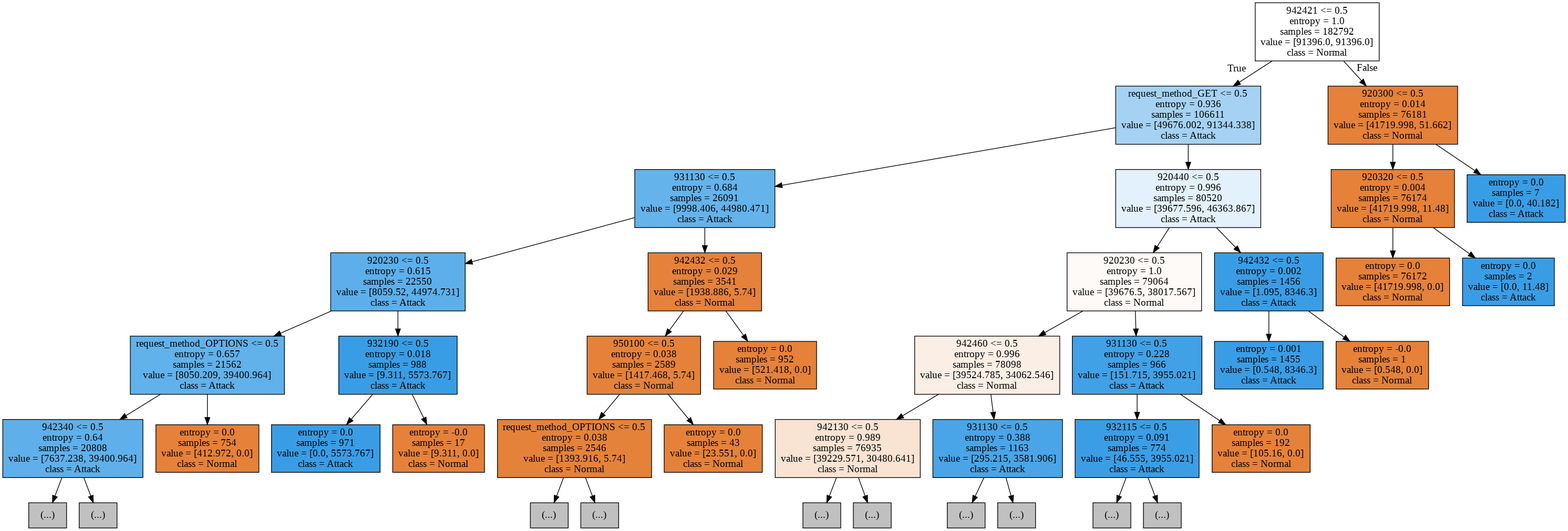
Above: ml-model/images/decision_tree.png in ngoctint1lvc/waf (Graphviz), before the change. Its source is kept beside it as ml-model/images/decision_tree.dot.
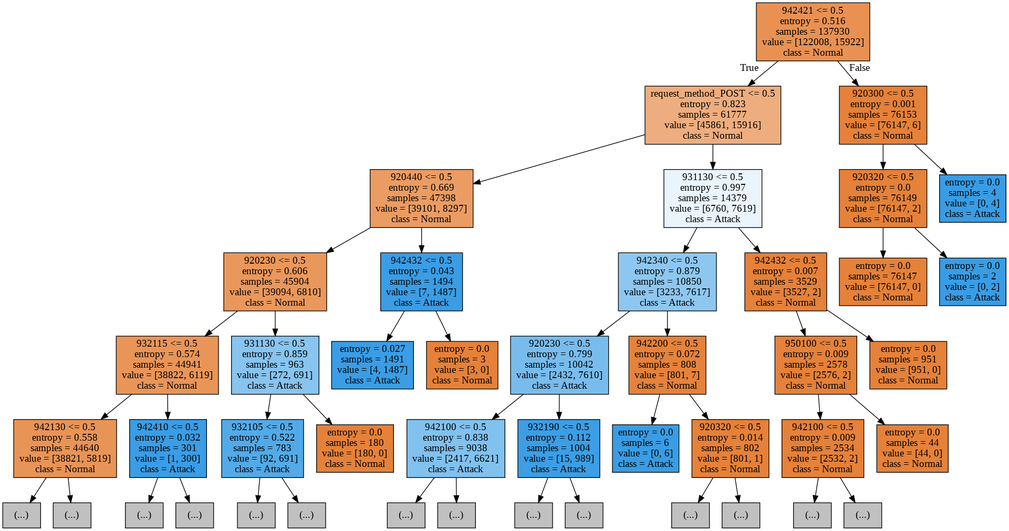
Above is the later version.

The edit, as a diff of the source:
```diff
@@ -1,84 +1,92 @@
 digraph Tree {
 node [shape=box, style="filled", color="black"] ;
-0 [label="942421 <= 0.5\nentropy = 1.0\nsamples = 182792\nvalue = [91396.0, 91396.0]\nclass = Normal", fillcolor="#ffffff"] ;
-1 [label="request_method_GET <= 0.5\nentropy = 0.936\nsamples = 106611\nvalue = [49676.002, 91344.338]\nclass = Attack", fillcolor="#a5d2f3"] ;
+0 [label="942421 <= 0.5\nentropy = 0.516\nsamples = 137930\nvalue = [122008, 15922]\nclass = Normal", fillcolor="#e89153"] ;
+1 [label="request_method_POST <= 0.5\nentropy = 0.823\nsamples = 61777\nvalue = [45861, 15916]\nclass = Normal", fillcolor="#eead7e"] ;
 0 -> 1 [labeldistance=2.5, labelangle=45, headlabel="True"] ;
-2 [label="931130 <= 0.5\nentropy = 0.684\nsamples = 26091\nvalue = [9998.406, 44980.471]\nclass = Attack", fillcolor="#65b3eb"] ;
+2 [label="920440 <= 0.5\nentropy = 0.669\nsamples = 47398\nvalue = [39101, 8297]\nclass = Normal", fillcolor="#eb9c63"] ;
 1 -> 2 ;
-3 [label="920230 <= 0.5\nentropy = 0.615\nsamples = 22550\nvalue = [8059.52, 44974.731]\nclass = Attack", fillcolor="#5cafea"] ;
+3 [label="920230 <= 0.5\nentropy = 0.606\nsamples = 45904\nvalue = [39094, 6810]\nclass = Normal", fillcolor="#ea975b"] ;
 2 -> 3 ;
-4 [label="request_method_OPTIONS <= 0.5\nentropy = 0.657\nsamples = 21562\nvalue = [8050.209, 39400.964]\nclass = Attack", fillcolor="#61b1ea"] ;
+4 [label="932115 <= 0.5\nentropy = 0.574\nsamples = 44941\nvalue = [38822, 6119]\nclass = Normal", fillcolor="#e99558"] ;
 3 -> 4 ;
-5 [label="942340 <= 0.5\nentropy = 0.64\nsamples = 20808\nvalue = [7637.238, 39400.964]\nclass = Attack", fillcolor="#5fb0ea"] ;
+5 [label="942130 <= 0.5\nentropy = 0.558\nsamples = 44640\nvalue = [38821, 5819]\nclass = Normal", fillcolor="#e99457"] ;
 4 -> 5 ;
 6 [label="(...)", fillcolor="#C0C0C0"] ;
 5 -> 6 ;
-97 [label="(...)", fillcolor="#C0C0C0"] ;
-5 -> 97 ;
-102 [label="entropy = 0.0\nsamples = 754\nvalue = [412.972, 0.0]\nclass = Normal", fillcolor="#e58139"] ;
-4 -> 102 ;
-103 [label="932190 <= 0.5\nentropy = 0.018\nsamples = 988\nvalue = [9.311, 5573.767]\nclass = Attack", fillcolor="#399de5"] ;
-3 -> 103 ;
-104 [label="entropy = 0.0\nsamples = 971\nvalue = [0.0, 5573.767]\nclass = Attack", fillcolor="#399de5"] ;
-103 -> 104 ;
-105 [label="entropy = -0.0\nsamples = 17\nvalue = [9.311, 0.0]\nclass = Normal", fillcolor="#e58139"] ;
-103 -> 105 ;
-106 [label="942432 <= 0.5\nentropy = 0.029\nsamples = 3541\nvalue = [1938.886, 5.74]\nclass = Normal", fillcolor="#e5813a"] ;
-2 -> 106 ;
-107 [label="950100 <= 0.5\nentropy = 0.038\nsamples = 2589\nvalue = [1417.468, 5.74]\nclass = Normal", fillcolor="#e5823a"] ;
-106 -> 107 ;
-108 [label="request_method_OPTIONS <= 0.5\nentropy = 0.038\nsamples = 2546\nvalue = [1393.916, 5.74]\nclass = Normal", fillcolor="#e5823a"] ;
-107 -> 108 ;
-109 [label="(...)", fillcolor="#C0C0C0"] ;
-108 -> 109 ;
-112 [label="(...)", fillcolor="#C0C0C0"] ;
-108 -> 112 ;
-113 [label="entropy = 0.0\nsamples = 43\nvalue = [23.551, 0.0]\nclass = Normal", fillcolor="#e58139"] ;
-107 -> 113 ;
-114 [label="entropy = 0.0\nsamples = 952\nvalue = [521.418, 0.0]\nclass = Normal", fillcolor="#e58139"] ;
-106 -> 114 ;
-115 [label="920440 <= 0.5\nentropy = 0.996\nsamples = 80520\nvalue = [39677.596, 46363.867]\nclass = Attack", fillcolor="#e2f1fb"] ;
-1 -> 115 ;
-116 [label="920230 <= 0.5\nentropy = 1.0\nsamples = 79064\nvalue = [39676.5, 38017.567]\nclass = Normal", fillcolor="#fefaf7"] ;
+89 [label="(...)", fillcolor="#C0C0C0"] ;
+5 -> 89 ;
+112 [label="942410 <= 0.5\nentropy = 0.032\nsamples = 301\nvalue = [1, 300]\nclass = Attack", fillcolor="#3a9de5"] ;
+4 -> 112 ;
+113 [label="(...)", fillcolor="#C0C0C0"] ;
+112 -> 113 ;
+114 [label="(...)", fillcolor="#C0C0C0"] ;
+112 -> 114 ;
+115 [label="931130 <= 0.5\nentropy = 0.859\nsamples = 963\nvalue = [272, 691]\nclass = Attack", fillcolor="#87c4ef"] ;
+3 -> 115 ;
+116 [label="932105 <= 0.5\nentropy = 0.522\nsamples = 783\nvalue = [92, 691]\nclass = Attack", fillcolor="#53aae8"] ;
 115 -> 116 ;
-117 [label="942460 <= 0.5\nentropy = 0.996\nsamples = 78098\nvalue = [39524.785, 34062.546]\nclass = Normal", fillcolor="#fbeee4"] ;
+117 [label="(...)", fillcolor="#C0C0C0"] ;
 116 -> 117 ;
-118 [label="942130 <= 0.5\nentropy = 0.989\nsamples = 76935\nvalue = [39229.571, 30480.641]\nclass = Normal", fillcolor="#f9e3d3"] ;
-117 -> 118 ;
-119 [label="(...)", fillcolor="#C0C0C0"] ;
-118 -> 119 ;
-264 [label="(...)", fillcolor="#C0C0C0"] ;
-118 -> 264 ;
-287 [label="931130 <= 0.5\nentropy = 0.388\nsamples = 1163\nvalue = [295.215, 3581.906]\nclass = Attack", fillcolor="#49a5e7"] ;
-117 -> 287 ;
-288 [label="(...)", fillcolor="#C0C0C0"] ;
-287 -> 288 ;
-319 [label="(...)", fillcolor="#C0C0C0"] ;
-287 -> 319 ;
-320 [label="931130 <= 0.5\nentropy = 0.228\nsamples = 966\nvalue = [151.715, 3955.021]\nclass = Attack", fillcolor="#41a1e6"] ;
-116 -> 320 ;
-321 [label="932115 <= 0.5\nentropy = 0.091\nsamples = 774\nvalue = [46.555, 3955.021]\nclass = Attack", fillcolor="#3b9ee5"] ;
-320 -> 321 ;
-322 [label="(...)", fillcolor="#C0C0C0"] ;
-321 -> 322 ;
-329 [label="(...)", fillcolor="#C0C0C0"] ;
-321 -> 329 ;
-330 [label="entropy = 0.0\nsamples = 192\nvalue = [105.16, 0.0]\nclass = Normal", fillcolor="#e58139"] ;
-320 -> 330 ;
-331 [label="942432 <= 0.5\nentropy = 0.002\nsamples = 1456\nvalue = [1.095, 8346.3]\nclass = Attack", fillcolor="#399de5"] ;
-115 -> 331 ;
-332 [label="entropy = 0.001\nsamples = 1455\nvalue = [0.548, 8346.3]\nclass = Attack", fillcolor="#399de5"] ;
-331 -> 332 ;
-333 [label="entropy = -0.0\nsamples = 1\nvalue = [0.548, 0.0]\nclass = Normal", fillcolor="#e58139"] ;
-331 -> 333 ;
-334 [label="920300 <= 0.5\nentropy = 0.014\nsamples = 76181\nvalue = [41719.998, 51.662]\nclass = Normal", fillcolor="#e58139"] ;
-0 -> 334 [labeldistance=2.5, labelangle=-45, headlabel="False"] ;
-335 [label="920320 <= 0.5\nentropy = 0.004\nsamples = 76174\nvalue = [41719.998, 11.48]\nclass = Normal", fillcolor="#e58139"] ;
-334 -> 335 ;
-336 [label="entropy = 0.0\nsamples = 76172\nvalue = [41719.998, 0.0]\nclass = Normal", fillcolor="#e58139"] ;
-335 -> 336 ;
-337 [label="entropy = 0.0\nsamples = 2\nvalue = [0.0, 11.48]\nclass = Attack", fillcolor="#399de5"] ;
-335 -> 337 ;
-338 [label="entropy = 0.0\nsamples = 7\nvalue = [0.0, 40.182]\nclass = Attack", fillcolor="#399de5"] ;
-334 -> 338 ;
+124 [label="(...)", fillcolor="#C0C0C0"] ;
+116 -> 124 ;
+125 [label="entropy = 0.0\nsamples = 180\nvalue = [180, 0]\nclass = Normal", fillcolor="#e58139"] ;
+115 -> 125 ;
+126 [label="942432 <= 0.5\nentropy = 0.043\nsamples = 1494\nvalue = [7, 1487]\nclass = Attack", fillcolor="#3a9de5"] ;
+2 -> 126 ;
+127 [label="entropy = 0.027\nsamples = 1491\nvalue = [4, 1487]\nclass = Attack", fillcolor="#3a9de5"] ;
+126 -> 127 ;
+128 [label="entropy = 0.0\nsamples = 3\nvalue = [3, 0]\nclass = Normal", fillcolor="#e58139"] ;
+126 -> 128 ;
+129 [label="931130 <= 0.5\nentropy = 0.997\nsamples = 14379\nvalue = [6760, 7619]\nclass = Attack", fillcolor="#e9f4fc"] ;
+1 -> 129 ;
+130 [label="942340 <= 0.5\nentropy = 0.879\nsamples = 10850\nvalue = [3233, 7617]\nclass = Attack", fillcolor="#8dc7f0"] ;
+129 -> 130 ;
+131 [label="920230 <= 0.5\nentropy = 0.799\nsamples = 10042\nvalue = [2432, 7610]\nclass = Attack", fillcolor="#78bced"] ;
+130 -> 131 ;
+132 [label="942100 <= 0.5\nentropy = 0.838\nsamples = 9038\nvalue = [2417, 6621]\nclass = Attack", fillcolor="#81c1ee"] ;
+131 -> 132 ;
+133 [label="(...)", fillcolor="#C0C0C0"] ;
+132 -> 133 ;
+202 [label="(...)", fillcolor="#C0C0C0"] ;
+132 -> 202 ;
+217 [label="932190 <= 0.5\nentropy = 0.112\nsamples = 1004\nvalue = [15, 989]\nclass = Attack", fillcolor="#3c9ee5"] ;
+131 -> 217 ;
+218 [label="(...)", fillcolor="#C0C0C0"] ;
+217 -> 218 ;
+219 [label="(...)", fillcolor="#C0C0C0"] ;
+217 -> 219 ;
+220 [label="942200 <= 0.5\nentropy = 0.072\nsamples = 808\nvalue = [801, 7]\nclass = Normal", fillcolor="#e5823b"] ;
+130 -> 220 ;
+221 [label="entropy = 0.0\nsamples = 6\nvalue = [0, 6]\nclass = Attack", fillcolor="#399de5"] ;
+220 -> 221 ;
+222 [label="920320 <= 0.5\nentropy = 0.014\nsamples = 802\nvalue = [801, 1]\nclass = Normal", fillcolor="#e58139"] ;
+220 -> 222 ;
+223 [label="(...)", fillcolor="#C0C0C0"] ;
+222 -> 223 ;
+224 [label="(...)", fillcolor="#C0C0C0"] ;
+222 -> 224 ;
+225 [label="942432 <= 0.5\nentropy = 0.007\nsamples = 3529\nvalue = [3527, 2]\nclass = Normal", fillcolor="#e58139"] ;
+129 -> 225 ;
+226 [label="950100 <= 0.5\nentropy = 0.009\nsamples = 2578\nvalue = [2576, 2]\nclass = Normal", fillcolor="#e58139"] ;
+225 -> 226 ;
+227 [label="942100 <= 0.5\nentropy = 0.009\nsamples = 2534\nvalue = [2532, 2]\nclass = Normal", fillcolor="#e58139"] ;
+226 -> 227 ;
+228 [label="(...)", fillcolor="#C0C0C0"] ;
+227 -> 228 ;
+229 [label="(...)", fillcolor="#C0C0C0"] ;
+227 -> 229 ;
+230 [label="entropy = 0.0\nsamples = 44\nvalue = [44, 0]\nclass = Normal", fillcolor="#e58139"] ;
+226 -> 230 ;
+231 [label="entropy = 0.0\nsamples = 951\nvalue = [951, 0]\nclass = Normal", fillcolor="#e58139"] ;
+225 -> 231 ;
+232 [label="920300 <= 0.5\nentropy = 0.001\nsamples = 76153\nvalue = [76147, 6]\nclass = Normal", fillcolor="#e58139"] ;
+0 -> 232 [labeldistance=2.5, labelangle=-45, headlabel="False"] ;
+233 [label="920320 <= 0.5\nentropy = 0.0\nsamples = 76149\nvalue = [76147, 2]\nclass = Normal", fillcolor="#e58139"] ;
+232 -> 233 ;
+234 [label="entropy = 0.0\nsamples = 76147\nvalue = [76147, 0]\nclass = Normal", fillcolor="#e58139"] ;
+233 -> 234 ;
+235 [label="entropy = 0.0\nsamples = 2\nvalue = [0, 2]\nclass = Attack", fillcolor="#399de5"] ;
+233 -> 235 ;
+236 [label="entropy = 0.0\nsamples = 4\nvalue = [0, 4]\nclass = Attack", fillcolor="#399de5"] ;
+232 -> 236 ;
 }
```
